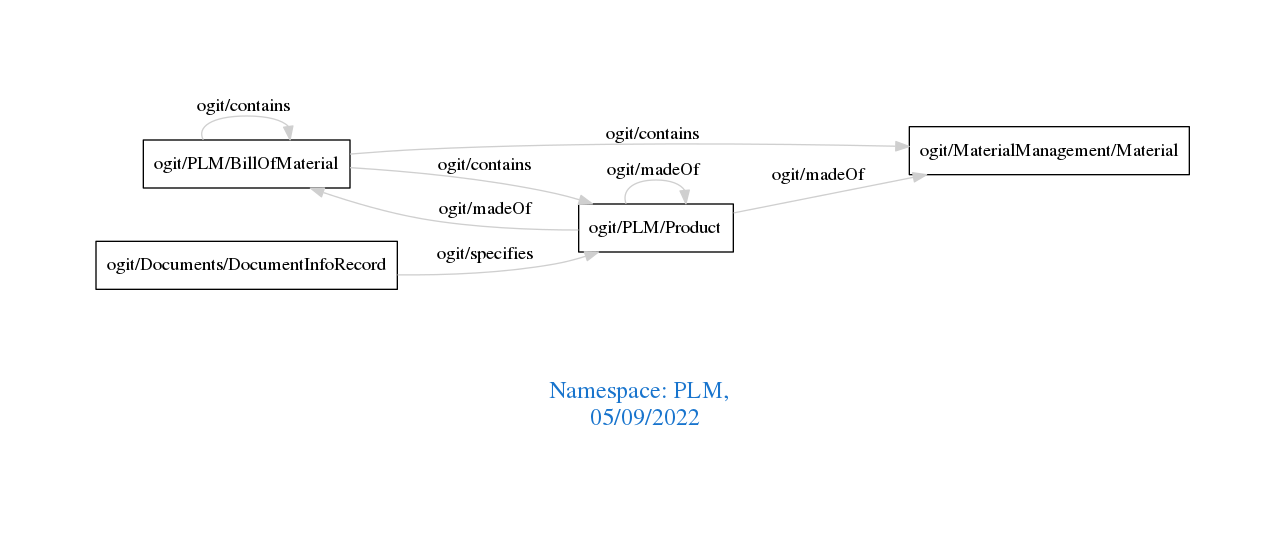
Above: downloads/PLM.png in arago/OGIT (Graphviz), before the change. Its source is kept beside it as downloads/PLM.dot.
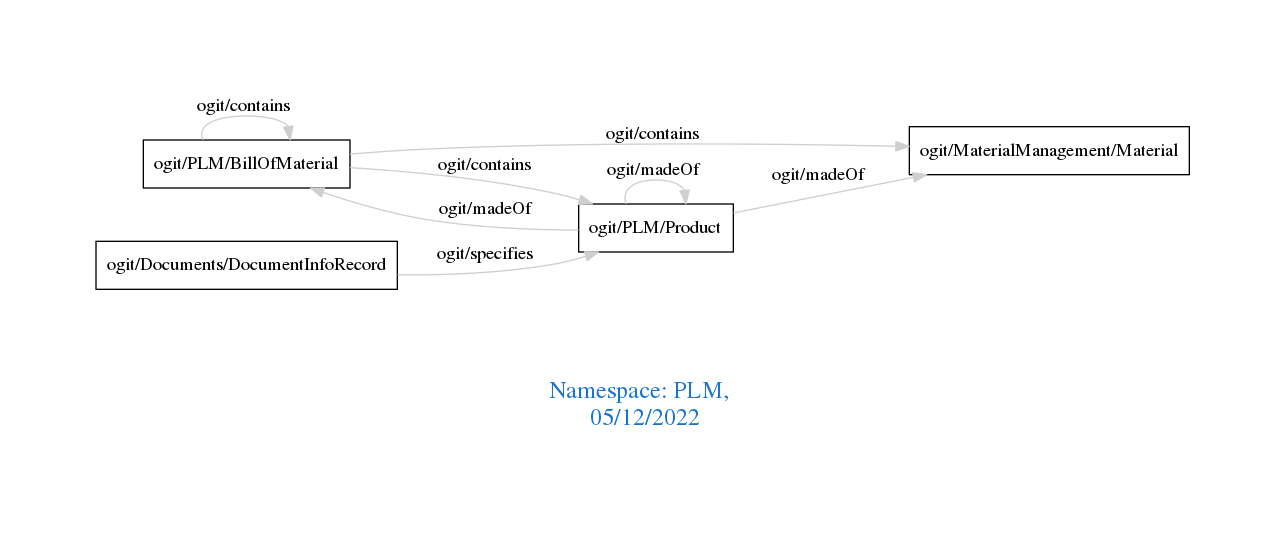
Above is the later version.

What changed in the source:
```diff
@@ -1,7 +1,7 @@
 digraph OGIT_ontology {
  graph [ rankdir= LR,pad=1
 fontsize = 18,
-fontcolor= dodgerblue3,label = "\n\n\nNamespace: PLM, \n 05/09/2022"];
+fontcolor= dodgerblue3,label = "\n\n\nNamespace: PLM, \n 05/12/2022"];
 node[shape=polygon];
 edge [  color="gray81"];
 
```
